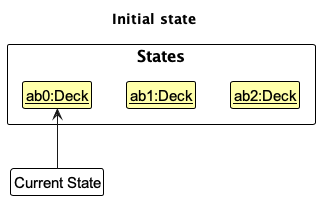
The PlantUML diagram docs/images/UndoRedoState0.png in nus-cs2103-AY2324S1/tp, before a commit. Its diagram source:
```plantuml
@startuml
!include style.puml
skinparam ClassFontColor #000000
skinparam ClassBorderColor #000000
skinparam ClassBackgroundColor #FFFFAA

title Initial state

package States {
    class State1 as "<u>ab0:Deck</u>"
    class State2 as "<u>ab1:Deck</u>"
    class State3 as "<u>ab2:Deck</u>"
}
State1 -[hidden]right-> State2
State2 -[hidden]right-> State3
hide State2
hide State3

class Pointer as "Current State" #FFFFFF
Pointer -up-> State1
@enduml
```
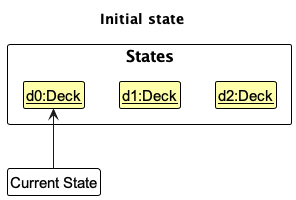
After the commit.

Diff of the diagram source:
```diff
@@ -7,9 +7,9 @@
 title Initial state
 
 package States {
-    class State1 as "<u>ab0:Deck</u>"
-    class State2 as "<u>ab1:Deck</u>"
-    class State3 as "<u>ab2:Deck</u>"
+    class State1 as "<u>d0:Deck</u>"
+    class State2 as "<u>d1:Deck</u>"
+    class State3 as "<u>d2:Deck</u>"
 }
 State1 -[hidden]right-> State2
 State2 -[hidden]right-> State3
```
